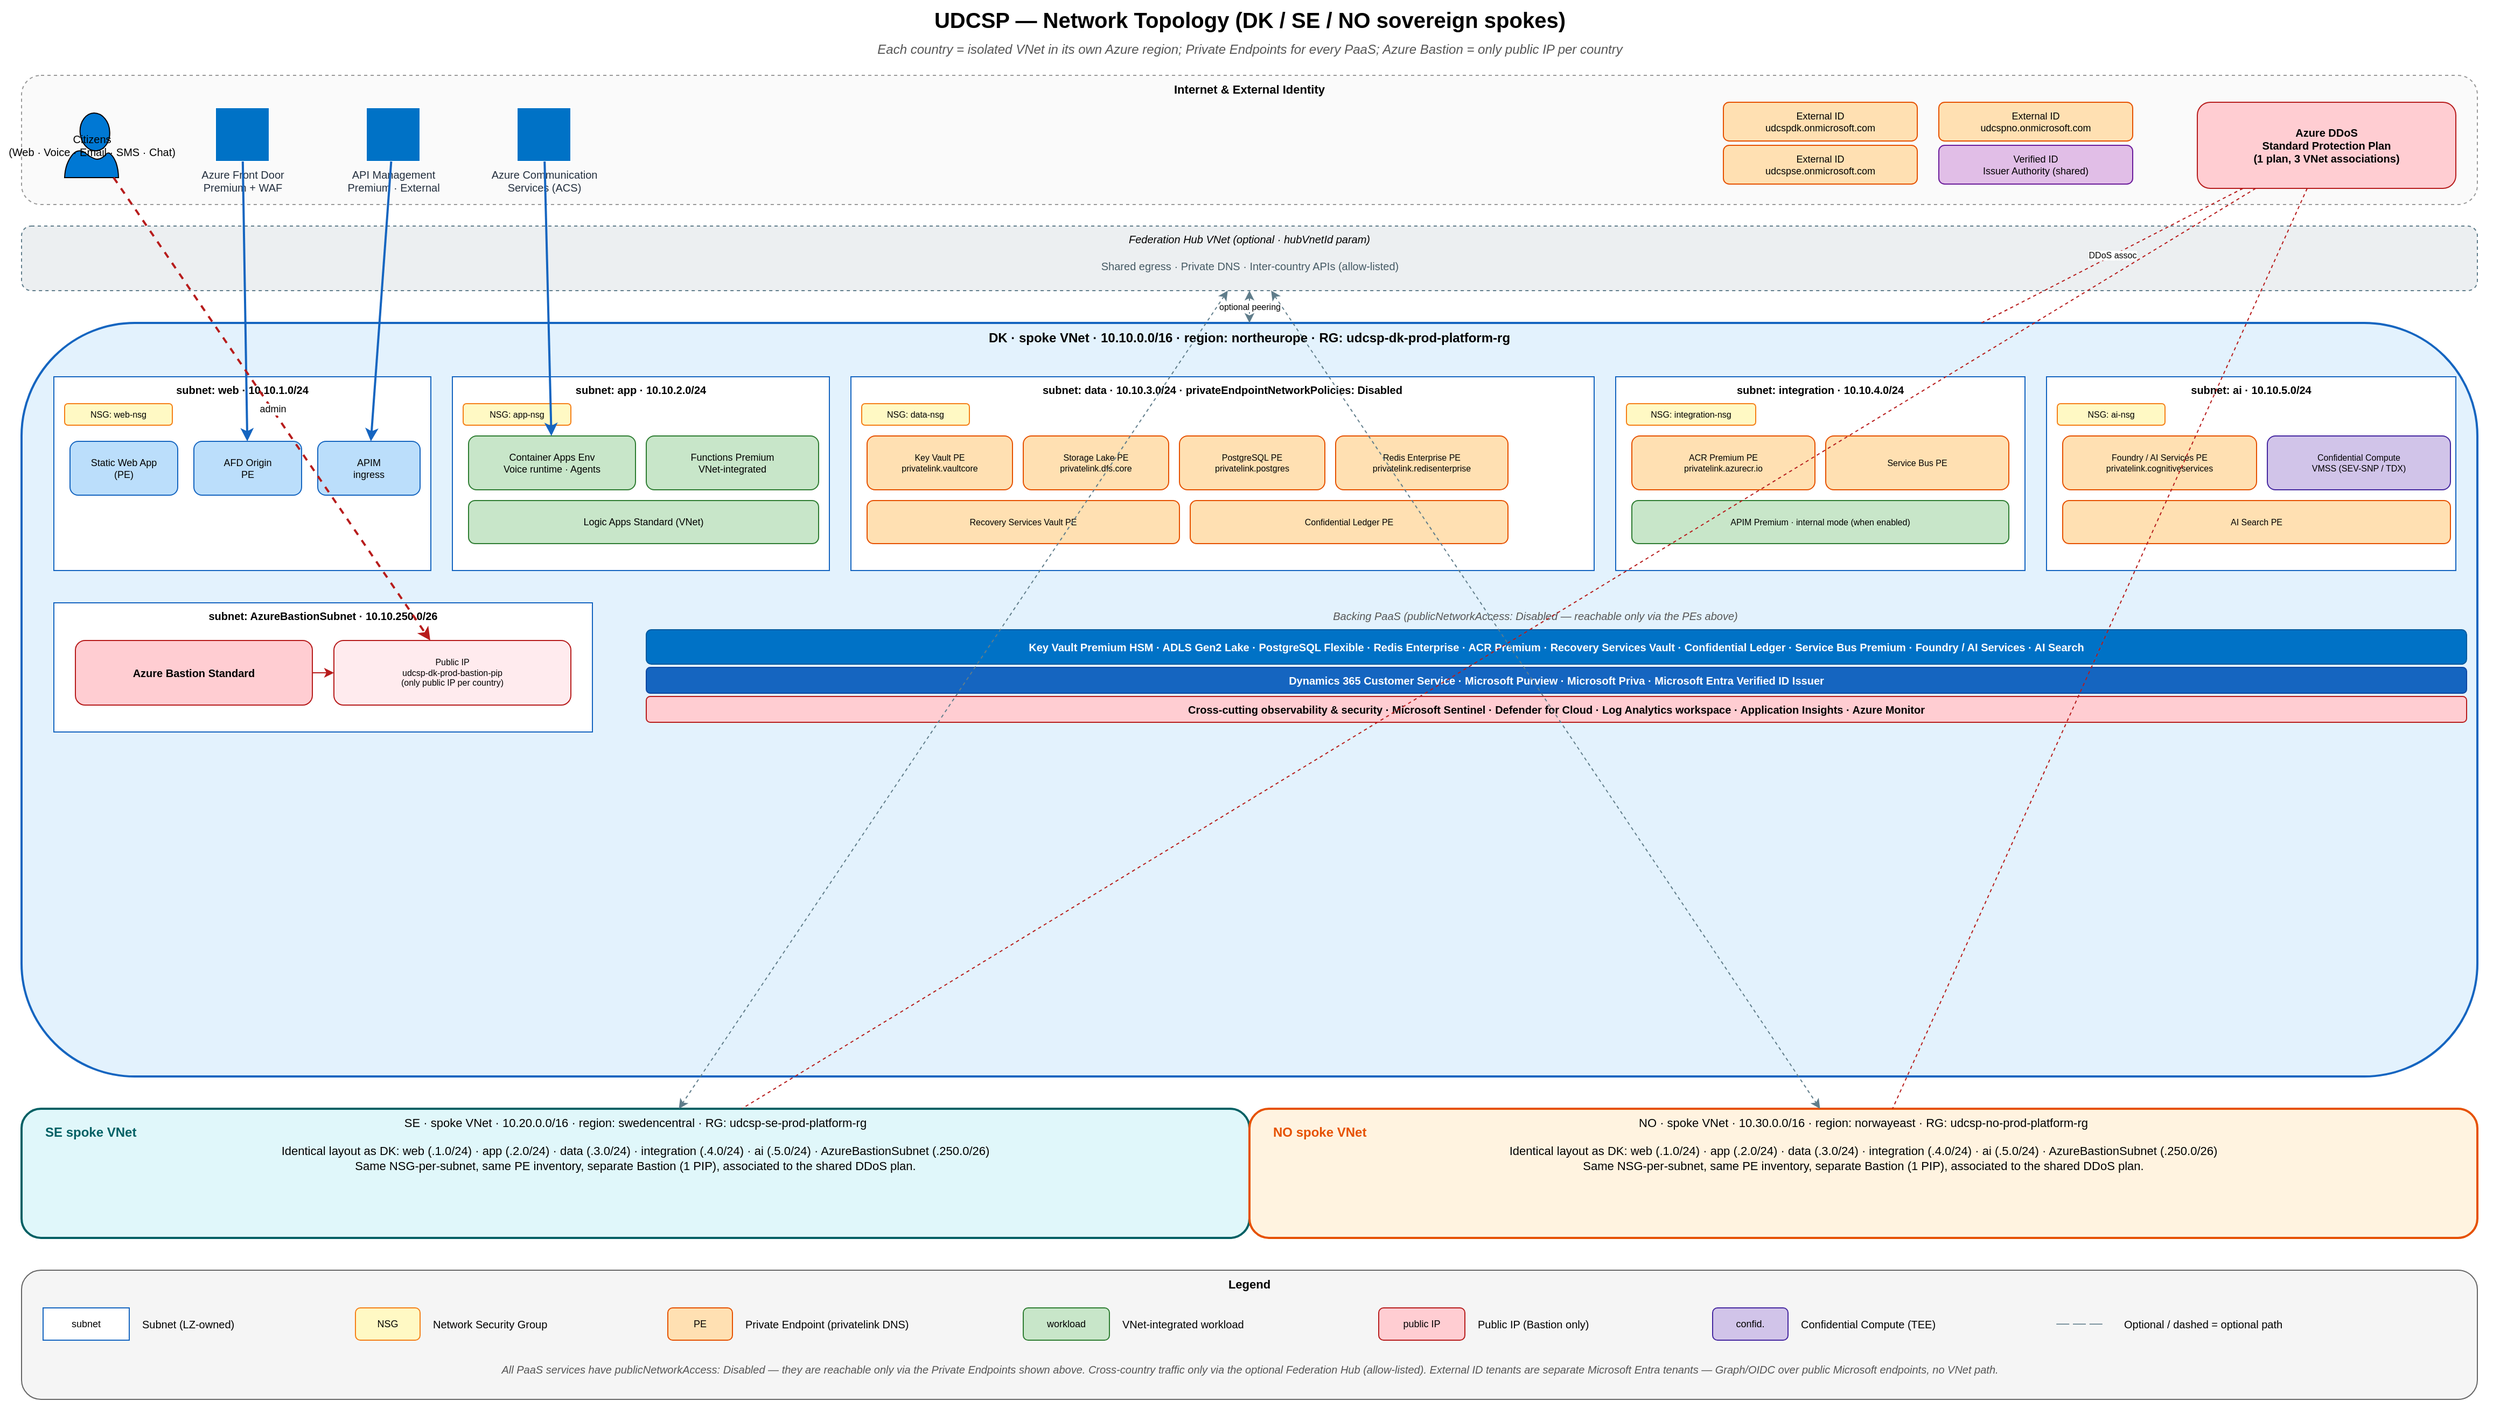
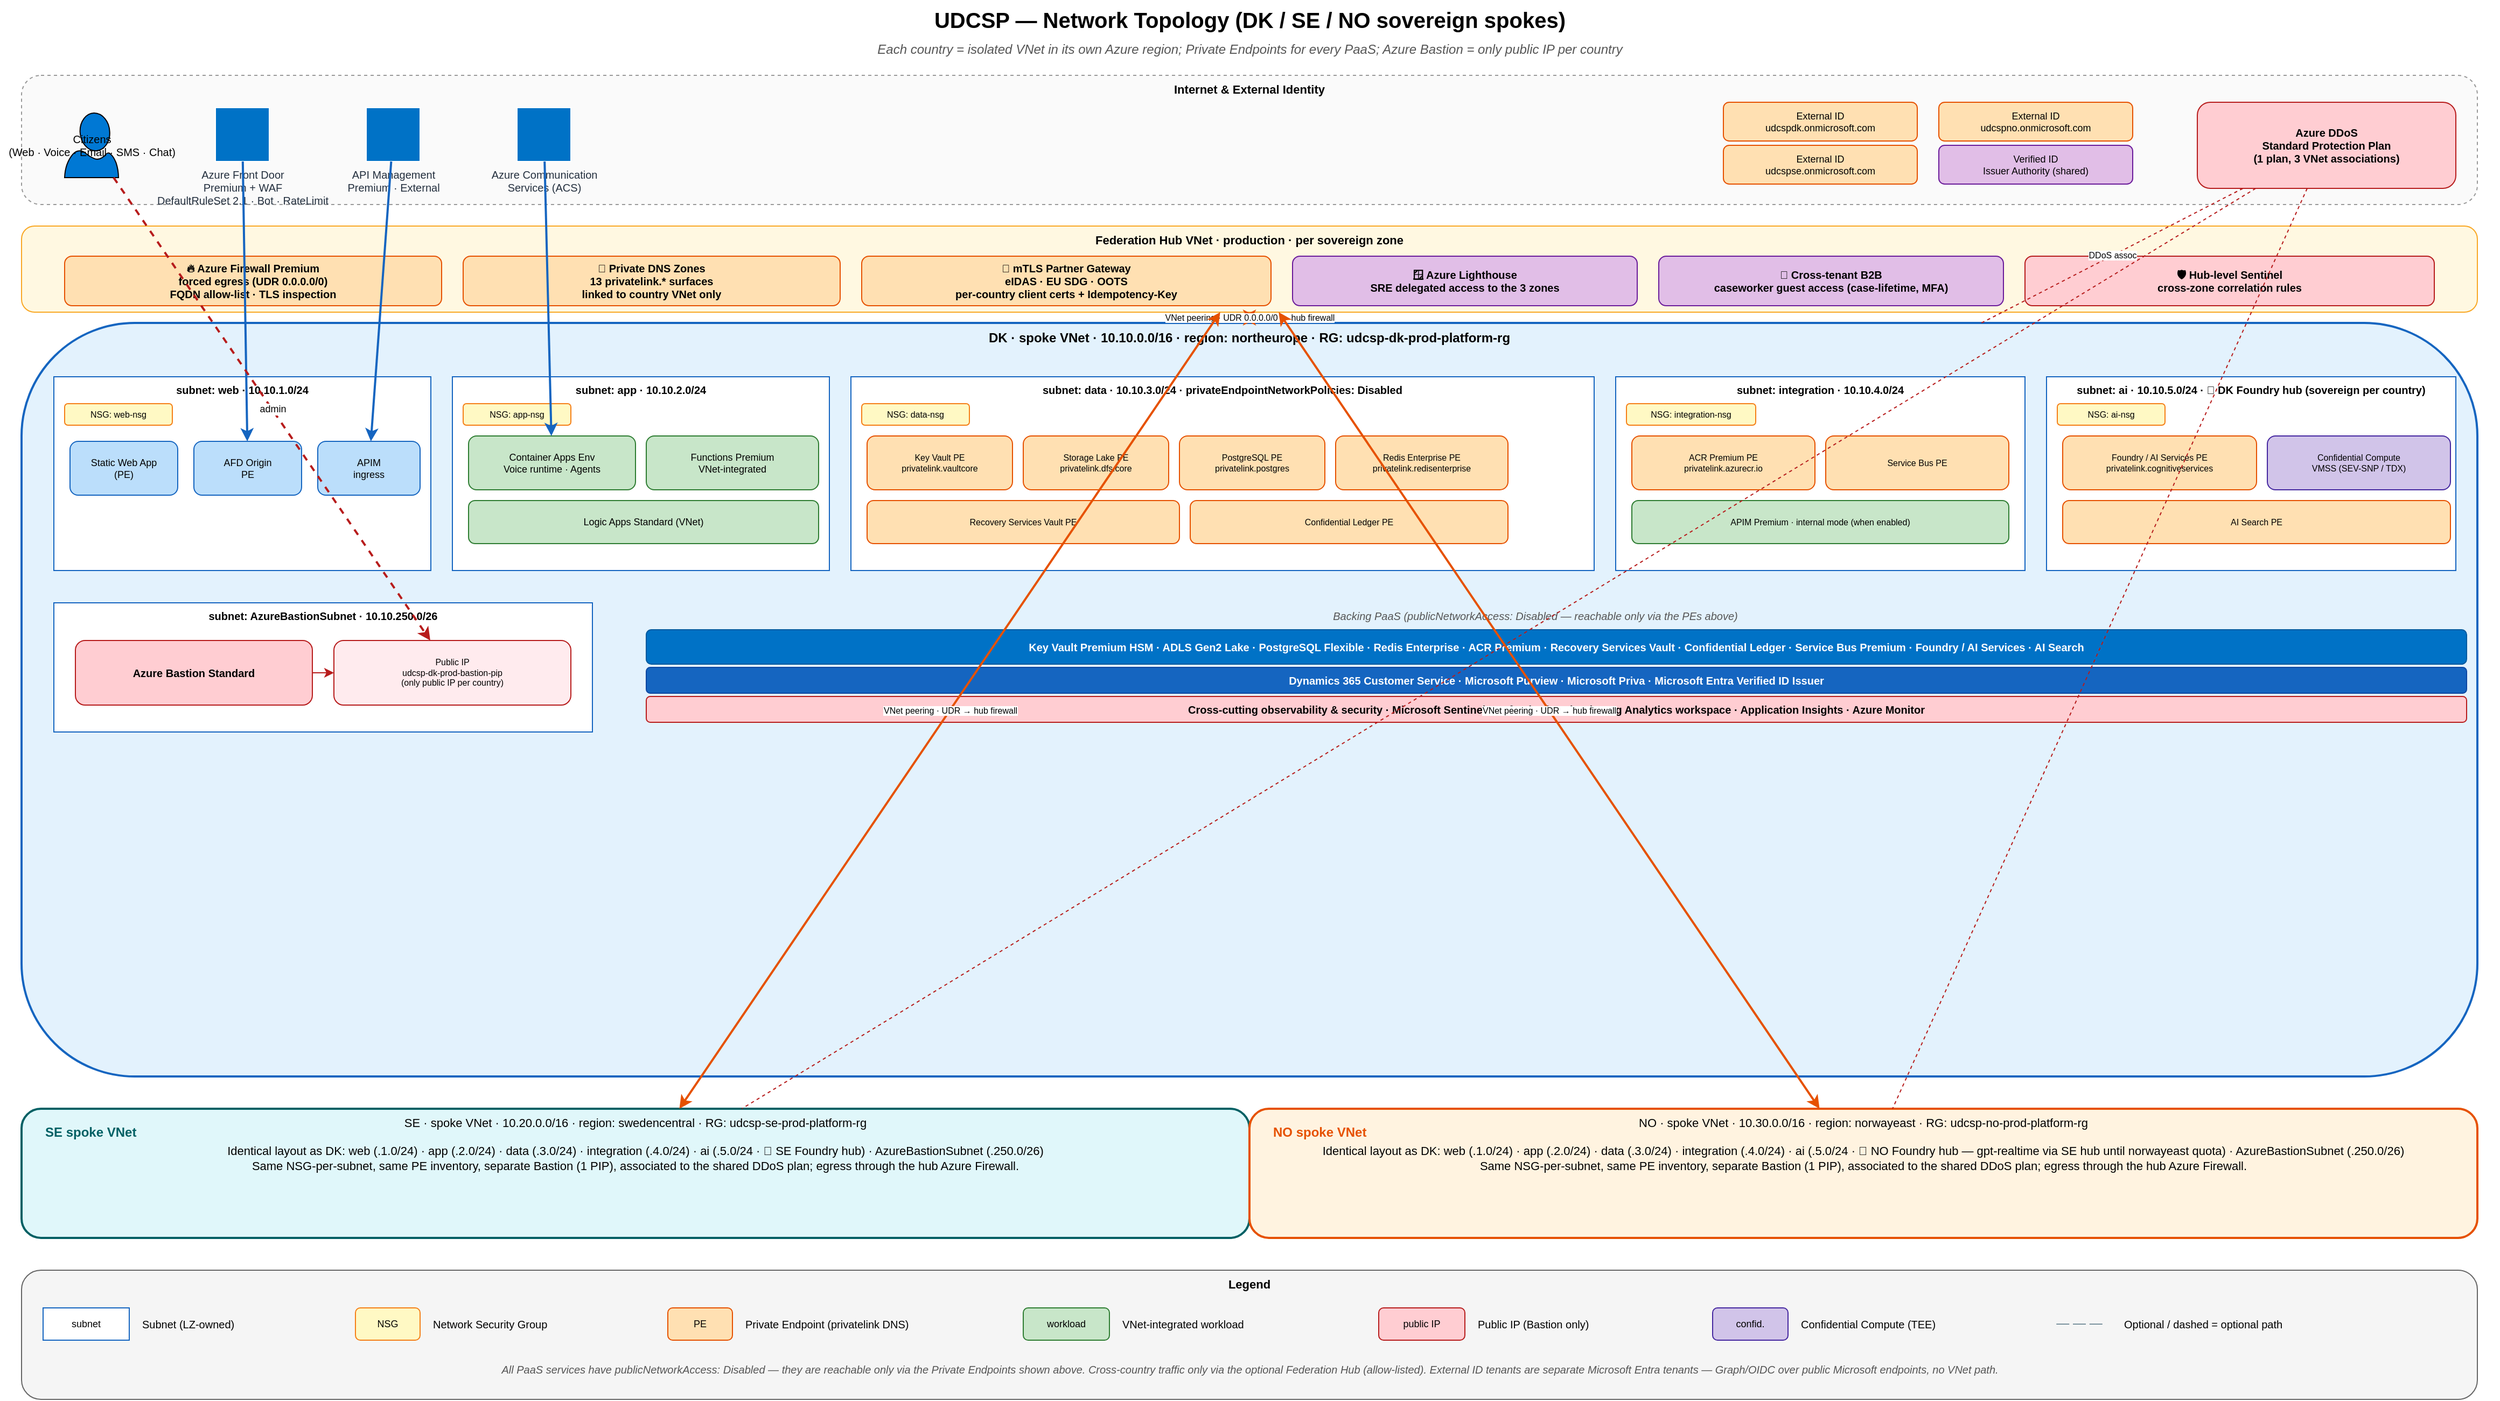
<mxfile host="app.diagrams.net" modified="2026-05-11T16:50:00.000Z" agent="udcsp" version="24.0.0">
  <diagram id="udcsp-net" name="UDCSP Network Topology">
    <mxGraphModel dx="2400" dy="1600" grid="0" gridSize="10" guides="1" tooltips="1" connect="1" arrows="1" fold="1" page="1" pageScale="1" pageWidth="2400" pageHeight="1600" math="0" shadow="0">
      <root>
        <mxCell id="0" />
        <mxCell id="1" parent="0" />

        <!-- =================== TITLE =================== -->
        <mxCell id="title" value="UDCSP — Network Topology (DK / SE / NO sovereign spokes)" style="text;html=1;align=center;fontSize=20;fontStyle=1;fillColor=none;" vertex="1" parent="1">
          <mxGeometry x="40" y="20" width="2320" height="32" as="geometry" />
        </mxCell>
        <mxCell id="subtitle" value="Each country = isolated VNet in its own Azure region; Private Endpoints for every PaaS; Azure Bastion = only public IP per country" style="text;html=1;align=center;fontSize=12;fontStyle=2;fontColor=#555555;fillColor=none;" vertex="1" parent="1">
          <mxGeometry x="40" y="52" width="2320" height="20" as="geometry" />
        </mxCell>

        <!-- =================== INTERNET / EXTERNAL =================== -->
        <mxCell id="extZone" value="Internet &amp; External Identity" style="rounded=1;whiteSpace=wrap;html=1;fillColor=#fafafa;strokeColor=#999999;dashed=1;fontStyle=1;verticalAlign=top;fontSize=11;" vertex="1" parent="1">
          <mxGeometry x="60" y="90" width="2280" height="120" as="geometry" />
        </mxCell>

        <mxCell id="citizen" value="Citizens&#10;(Web · Voice · Email · SMS · Chat)" style="shape=mxgraph.azure.user;html=1;fillColor=#0078D4;fontSize=10;" vertex="1" parent="1">
          <mxGeometry x="100" y="125" width="50" height="60" as="geometry" />
        </mxCell>

-         <mxCell id="afd" value="Azure Front Door&#10;Premium + WAF" style="sketch=0;outlineConnect=0;fontColor=#232F3E;gradientColor=none;fillColor=#0072C6;strokeColor=#ffffff;dashed=0;verticalLabelPosition=bottom;verticalAlign=top;align=center;html=1;fontSize=10;fontStyle=0;shape=mxgraph.azure.front_door;" vertex="1" parent="1">
+         <mxCell id="afd" value="Azure Front Door&#10;Premium + WAF&#10;DefaultRuleSet 2.1 · Bot · RateLimit" style="sketch=0;outlineConnect=0;fontColor=#232F3E;gradientColor=none;fillColor=#0072C6;strokeColor=#ffffff;dashed=0;verticalLabelPosition=bottom;verticalAlign=top;align=center;html=1;fontSize=10;fontStyle=0;shape=mxgraph.azure.front_door;" vertex="1" parent="1">
          <mxGeometry x="240" y="120" width="50" height="50" as="geometry" />
        </mxCell>

        <mxCell id="apim" value="API Management&#10;Premium · External" style="sketch=0;outlineConnect=0;fontColor=#232F3E;gradientColor=none;fillColor=#0072C6;strokeColor=#ffffff;dashed=0;verticalLabelPosition=bottom;verticalAlign=top;align=center;html=1;fontSize=10;fontStyle=0;shape=mxgraph.azure.api_management_services;" vertex="1" parent="1">
          <mxGeometry x="380" y="120" width="50" height="50" as="geometry" />
        </mxCell>

        <mxCell id="acs" value="Azure Communication&#10;Services (ACS)" style="sketch=0;outlineConnect=0;fontColor=#232F3E;gradientColor=none;fillColor=#0072C6;strokeColor=#ffffff;dashed=0;verticalLabelPosition=bottom;verticalAlign=top;align=center;html=1;fontSize=10;fontStyle=0;shape=mxgraph.azure.bastion;" vertex="1" parent="1">
          <mxGeometry x="520" y="120" width="50" height="50" as="geometry" />
        </mxCell>

        <mxCell id="ext-dk" value="External ID&#10;udcspdk.onmicrosoft.com" style="rounded=1;whiteSpace=wrap;html=1;fillColor=#FFE0B2;strokeColor=#E65100;fontSize=9;" vertex="1" parent="1">
          <mxGeometry x="1640" y="115" width="180" height="36" as="geometry" />
        </mxCell>
        <mxCell id="ext-se" value="External ID&#10;udcspse.onmicrosoft.com" style="rounded=1;whiteSpace=wrap;html=1;fillColor=#FFE0B2;strokeColor=#E65100;fontSize=9;" vertex="1" parent="1">
          <mxGeometry x="1640" y="155" width="180" height="36" as="geometry" />
        </mxCell>
        <mxCell id="ext-no" value="External ID&#10;udcspno.onmicrosoft.com" style="rounded=1;whiteSpace=wrap;html=1;fillColor=#FFE0B2;strokeColor=#E65100;fontSize=9;" vertex="1" parent="1">
          <mxGeometry x="1840" y="115" width="180" height="36" as="geometry" />
        </mxCell>
        <mxCell id="vid" value="Verified ID&#10;Issuer Authority (shared)" style="rounded=1;whiteSpace=wrap;html=1;fillColor=#E1BEE7;strokeColor=#6A1B9A;fontSize=9;" vertex="1" parent="1">
          <mxGeometry x="1840" y="155" width="180" height="36" as="geometry" />
        </mxCell>

        <mxCell id="ddos" value="Azure DDoS&#10;Standard Protection Plan&#10;(1 plan, 3 VNet associations)" style="rounded=1;whiteSpace=wrap;html=1;fillColor=#FFCDD2;strokeColor=#B71C1C;fontStyle=1;fontSize=10;" vertex="1" parent="1">
          <mxGeometry x="2080" y="115" width="240" height="80" as="geometry" />
        </mxCell>

-         <!-- =================== HUB (optional) =================== -->
-         <mxCell id="hubZone" value="Federation Hub VNet (optional · hubVnetId param)" style="rounded=1;whiteSpace=wrap;html=1;fillColor=#ECEFF1;strokeColor=#607D8B;dashed=1;fontStyle=2;fontSize=10;verticalAlign=top;" vertex="1" parent="1">
-           <mxGeometry x="60" y="230" width="2280" height="60" as="geometry" />
-         </mxCell>
-         <mxCell id="hubLabel" value="Shared egress · Private DNS · Inter-country APIs (allow-listed)" style="text;html=1;align=center;fontSize=10;fontColor=#455A64;fillColor=none;" vertex="1" parent="1">
-           <mxGeometry x="60" y="255" width="2280" height="30" as="geometry" />
+         <!-- =================== FEDERATION HUB (production) =================== -->
+         <mxCell id="hubZone" value="Federation Hub VNet · production · per sovereign zone" style="rounded=1;whiteSpace=wrap;html=1;fillColor=#FFF8E1;strokeColor=#F9A825;dashed=0;fontStyle=1;fontSize=11;verticalAlign=top;" vertex="1" parent="1">
+           <mxGeometry x="60" y="230" width="2280" height="80" as="geometry" />
+         </mxCell>
+         <mxCell id="hubFw" value="🔥 Azure Firewall Premium&#10;forced egress (UDR 0.0.0.0/0)&#10;FQDN allow-list · TLS inspection" style="rounded=1;whiteSpace=wrap;html=1;fillColor=#FFE0B2;strokeColor=#E65100;fontSize=10;fontStyle=1;" vertex="1" parent="1">
+           <mxGeometry x="100" y="258" width="350" height="46" as="geometry" />
+         </mxCell>
+         <mxCell id="hubDns" value="🧭 Private DNS Zones&#10;13 privatelink.* surfaces&#10;linked to country VNet only" style="rounded=1;whiteSpace=wrap;html=1;fillColor=#FFE0B2;strokeColor=#E65100;fontSize=10;fontStyle=1;" vertex="1" parent="1">
+           <mxGeometry x="470" y="258" width="350" height="46" as="geometry" />
+         </mxCell>
+         <mxCell id="hubMtls" value="🤝 mTLS Partner Gateway&#10;eIDAS · EU SDG · OOTS&#10;per-country client certs + Idempotency-Key" style="rounded=1;whiteSpace=wrap;html=1;fillColor=#FFE0B2;strokeColor=#E65100;fontSize=10;fontStyle=1;" vertex="1" parent="1">
+           <mxGeometry x="840" y="258" width="380" height="46" as="geometry" />
+         </mxCell>
+         <mxCell id="hubLighthouse" value="🪟 Azure Lighthouse&#10;SRE delegated access to the 3 zones" style="rounded=1;whiteSpace=wrap;html=1;fillColor=#E1BEE7;strokeColor=#6A1B9A;fontSize=10;fontStyle=1;" vertex="1" parent="1">
+           <mxGeometry x="1240" y="258" width="320" height="46" as="geometry" />
+         </mxCell>
+         <mxCell id="hubB2b" value="🛂 Cross-tenant B2B&#10;caseworker guest access (case-lifetime, MFA)" style="rounded=1;whiteSpace=wrap;html=1;fillColor=#E1BEE7;strokeColor=#6A1B9A;fontSize=10;fontStyle=1;" vertex="1" parent="1">
+           <mxGeometry x="1580" y="258" width="320" height="46" as="geometry" />
+         </mxCell>
+         <mxCell id="hubSentinel" value="🛡️ Hub-level Sentinel&#10;cross-zone correlation rules" style="rounded=1;whiteSpace=wrap;html=1;fillColor=#FFCDD2;strokeColor=#B71C1C;fontSize=10;fontStyle=1;" vertex="1" parent="1">
+           <mxGeometry x="1920" y="258" width="380" height="46" as="geometry" />
        </mxCell>

        <!-- =================== DK SPOKE (DETAILED) =================== -->
        <mxCell id="dkVnet" value="DK · spoke VNet · 10.10.0.0/16 · region: northeurope · RG: udcsp-dk-prod-platform-rg" style="rounded=1;whiteSpace=wrap;html=1;fillColor=#E3F2FD;strokeColor=#1565C0;strokeWidth=2;fontStyle=1;verticalAlign=top;fontSize=12;" vertex="1" parent="1">
          <mxGeometry x="60" y="320" width="2280" height="700" as="geometry" />
        </mxCell>

        <!-- web subnet -->
        <mxCell id="dkWeb" value="subnet: web · 10.10.1.0/24" style="rounded=0;whiteSpace=wrap;html=1;fillColor=#FFFFFF;strokeColor=#1565C0;fontStyle=1;fontSize=10;verticalAlign=top;" vertex="1" parent="1">
          <mxGeometry x="90" y="370" width="350" height="180" as="geometry" />
        </mxCell>
        <mxCell id="dkWebNsg" value="NSG: web-nsg" style="rounded=1;whiteSpace=wrap;html=1;fillColor=#FFF9C4;strokeColor=#F57F17;fontSize=8;" vertex="1" parent="1">
          <mxGeometry x="100" y="395" width="100" height="20" as="geometry" />
        </mxCell>
        <mxCell id="dkSwa" value="Static Web App&#10;(PE)" style="rounded=1;whiteSpace=wrap;html=1;fillColor=#BBDEFB;strokeColor=#1565C0;fontSize=9;" vertex="1" parent="1">
          <mxGeometry x="105" y="430" width="100" height="50" as="geometry" />
        </mxCell>
        <mxCell id="dkAfdOrigin" value="AFD Origin&#10;PE" style="rounded=1;whiteSpace=wrap;html=1;fillColor=#BBDEFB;strokeColor=#1565C0;fontSize=9;" vertex="1" parent="1">
          <mxGeometry x="220" y="430" width="100" height="50" as="geometry" />
        </mxCell>
        <mxCell id="dkApimPe" value="APIM&#10;ingress" style="rounded=1;whiteSpace=wrap;html=1;fillColor=#BBDEFB;strokeColor=#1565C0;fontSize=9;" vertex="1" parent="1">
          <mxGeometry x="335" y="430" width="95" height="50" as="geometry" />
        </mxCell>

        <!-- app subnet -->
        <mxCell id="dkApp" value="subnet: app · 10.10.2.0/24" style="rounded=0;whiteSpace=wrap;html=1;fillColor=#FFFFFF;strokeColor=#1565C0;fontStyle=1;fontSize=10;verticalAlign=top;" vertex="1" parent="1">
          <mxGeometry x="460" y="370" width="350" height="180" as="geometry" />
        </mxCell>
        <mxCell id="dkAppNsg" value="NSG: app-nsg" style="rounded=1;whiteSpace=wrap;html=1;fillColor=#FFF9C4;strokeColor=#F57F17;fontSize=8;" vertex="1" parent="1">
          <mxGeometry x="470" y="395" width="100" height="20" as="geometry" />
        </mxCell>
        <mxCell id="dkAca" value="Container Apps Env&#10;Voice runtime · Agents" style="rounded=1;whiteSpace=wrap;html=1;fillColor=#C8E6C9;strokeColor=#2E7D32;fontSize=9;" vertex="1" parent="1">
          <mxGeometry x="475" y="425" width="155" height="50" as="geometry" />
        </mxCell>
        <mxCell id="dkFunc" value="Functions Premium&#10;VNet-integrated" style="rounded=1;whiteSpace=wrap;html=1;fillColor=#C8E6C9;strokeColor=#2E7D32;fontSize=9;" vertex="1" parent="1">
          <mxGeometry x="640" y="425" width="160" height="50" as="geometry" />
        </mxCell>
        <mxCell id="dkLogic" value="Logic Apps Standard (VNet)" style="rounded=1;whiteSpace=wrap;html=1;fillColor=#C8E6C9;strokeColor=#2E7D32;fontSize=9;" vertex="1" parent="1">
          <mxGeometry x="475" y="485" width="325" height="40" as="geometry" />
        </mxCell>

        <!-- data subnet -->
        <mxCell id="dkData" value="subnet: data · 10.10.3.0/24 · privateEndpointNetworkPolicies: Disabled" style="rounded=0;whiteSpace=wrap;html=1;fillColor=#FFFFFF;strokeColor=#1565C0;fontStyle=1;fontSize=10;verticalAlign=top;" vertex="1" parent="1">
          <mxGeometry x="830" y="370" width="690" height="180" as="geometry" />
        </mxCell>
        <mxCell id="dkDataNsg" value="NSG: data-nsg" style="rounded=1;whiteSpace=wrap;html=1;fillColor=#FFF9C4;strokeColor=#F57F17;fontSize=8;" vertex="1" parent="1">
          <mxGeometry x="840" y="395" width="100" height="20" as="geometry" />
        </mxCell>
        <mxCell id="dkKvPe" value="Key Vault PE&#10;privatelink.vaultcore" style="rounded=1;whiteSpace=wrap;html=1;fillColor=#FFE0B2;strokeColor=#E65100;fontSize=8;" vertex="1" parent="1">
          <mxGeometry x="845" y="425" width="135" height="50" as="geometry" />
        </mxCell>
        <mxCell id="dkLakePe" value="Storage Lake PE&#10;privatelink.dfs.core" style="rounded=1;whiteSpace=wrap;html=1;fillColor=#FFE0B2;strokeColor=#E65100;fontSize=8;" vertex="1" parent="1">
          <mxGeometry x="990" y="425" width="135" height="50" as="geometry" />
        </mxCell>
        <mxCell id="dkPgPe" value="PostgreSQL PE&#10;privatelink.postgres" style="rounded=1;whiteSpace=wrap;html=1;fillColor=#FFE0B2;strokeColor=#E65100;fontSize=8;" vertex="1" parent="1">
          <mxGeometry x="1135" y="425" width="135" height="50" as="geometry" />
        </mxCell>
        <mxCell id="dkRedisPe" value="Redis Enterprise PE&#10;privatelink.redisenterprise" style="rounded=1;whiteSpace=wrap;html=1;fillColor=#FFE0B2;strokeColor=#E65100;fontSize=8;" vertex="1" parent="1">
          <mxGeometry x="1280" y="425" width="160" height="50" as="geometry" />
        </mxCell>
        <mxCell id="dkRsvPe" value="Recovery Services Vault PE" style="rounded=1;whiteSpace=wrap;html=1;fillColor=#FFE0B2;strokeColor=#E65100;fontSize=8;" vertex="1" parent="1">
          <mxGeometry x="845" y="485" width="290" height="40" as="geometry" />
        </mxCell>
        <mxCell id="dkLedgerPe" value="Confidential Ledger PE" style="rounded=1;whiteSpace=wrap;html=1;fillColor=#FFE0B2;strokeColor=#E65100;fontSize=8;" vertex="1" parent="1">
          <mxGeometry x="1145" y="485" width="295" height="40" as="geometry" />
        </mxCell>

        <!-- integration subnet -->
        <mxCell id="dkInt" value="subnet: integration · 10.10.4.0/24" style="rounded=0;whiteSpace=wrap;html=1;fillColor=#FFFFFF;strokeColor=#1565C0;fontStyle=1;fontSize=10;verticalAlign=top;" vertex="1" parent="1">
          <mxGeometry x="1540" y="370" width="380" height="180" as="geometry" />
        </mxCell>
        <mxCell id="dkIntNsg" value="NSG: integration-nsg" style="rounded=1;whiteSpace=wrap;html=1;fillColor=#FFF9C4;strokeColor=#F57F17;fontSize=8;" vertex="1" parent="1">
          <mxGeometry x="1550" y="395" width="120" height="20" as="geometry" />
        </mxCell>
        <mxCell id="dkAcrPe" value="ACR Premium PE&#10;privatelink.azurecr.io" style="rounded=1;whiteSpace=wrap;html=1;fillColor=#FFE0B2;strokeColor=#E65100;fontSize=8;" vertex="1" parent="1">
          <mxGeometry x="1555" y="425" width="170" height="50" as="geometry" />
        </mxCell>
        <mxCell id="dkSbPe" value="Service Bus PE" style="rounded=1;whiteSpace=wrap;html=1;fillColor=#FFE0B2;strokeColor=#E65100;fontSize=8;" vertex="1" parent="1">
          <mxGeometry x="1735" y="425" width="170" height="50" as="geometry" />
        </mxCell>
        <mxCell id="dkApimInt" value="APIM Premium · internal mode (when enabled)" style="rounded=1;whiteSpace=wrap;html=1;fillColor=#C8E6C9;strokeColor=#2E7D32;fontSize=8;" vertex="1" parent="1">
          <mxGeometry x="1555" y="485" width="350" height="40" as="geometry" />
        </mxCell>

        <!-- ai subnet -->
-         <mxCell id="dkAi" value="subnet: ai · 10.10.5.0/24" style="rounded=0;whiteSpace=wrap;html=1;fillColor=#FFFFFF;strokeColor=#1565C0;fontStyle=1;fontSize=10;verticalAlign=top;" vertex="1" parent="1">
+         <mxCell id="dkAi" value="subnet: ai · 10.10.5.0/24 · 🧠 DK Foundry hub (sovereign per country)" style="rounded=0;whiteSpace=wrap;html=1;fillColor=#FFFFFF;strokeColor=#1565C0;fontStyle=1;fontSize=10;verticalAlign=top;" vertex="1" parent="1">
          <mxGeometry x="1940" y="370" width="380" height="180" as="geometry" />
        </mxCell>
        <mxCell id="dkAiNsg" value="NSG: ai-nsg" style="rounded=1;whiteSpace=wrap;html=1;fillColor=#FFF9C4;strokeColor=#F57F17;fontSize=8;" vertex="1" parent="1">
          <mxGeometry x="1950" y="395" width="100" height="20" as="geometry" />
        </mxCell>
        <mxCell id="dkFoundryPe" value="Foundry / AI Services PE&#10;privatelink.cognitiveservices" style="rounded=1;whiteSpace=wrap;html=1;fillColor=#FFE0B2;strokeColor=#E65100;fontSize=8;" vertex="1" parent="1">
          <mxGeometry x="1955" y="425" width="180" height="50" as="geometry" />
        </mxCell>
        <mxCell id="dkCc" value="Confidential Compute&#10;VMSS (SEV-SNP / TDX)" style="rounded=1;whiteSpace=wrap;html=1;fillColor=#D1C4E9;strokeColor=#4527A0;fontSize=8;" vertex="1" parent="1">
          <mxGeometry x="2145" y="425" width="170" height="50" as="geometry" />
        </mxCell>
        <mxCell id="dkSearchPe" value="AI Search PE" style="rounded=1;whiteSpace=wrap;html=1;fillColor=#FFE0B2;strokeColor=#E65100;fontSize=8;" vertex="1" parent="1">
          <mxGeometry x="1955" y="485" width="360" height="40" as="geometry" />
        </mxCell>

        <!-- AzureBastionSubnet -->
        <mxCell id="dkBs" value="subnet: AzureBastionSubnet · 10.10.250.0/26" style="rounded=0;whiteSpace=wrap;html=1;fillColor=#FFFFFF;strokeColor=#1565C0;fontStyle=1;fontSize=10;verticalAlign=top;" vertex="1" parent="1">
          <mxGeometry x="90" y="580" width="500" height="120" as="geometry" />
        </mxCell>
        <mxCell id="dkBsHost" value="Azure Bastion Standard" style="rounded=1;whiteSpace=wrap;html=1;fillColor=#FFCDD2;strokeColor=#B71C1C;fontSize=10;fontStyle=1;" vertex="1" parent="1">
          <mxGeometry x="110" y="615" width="220" height="60" as="geometry" />
        </mxCell>
        <mxCell id="dkBsPip" value="Public IP&#10;udcsp-dk-prod-bastion-pip&#10;(only public IP per country)" style="rounded=1;whiteSpace=wrap;html=1;fillColor=#FFEBEE;strokeColor=#B71C1C;fontSize=8;" vertex="1" parent="1">
          <mxGeometry x="350" y="615" width="220" height="60" as="geometry" />
        </mxCell>
        <mxCell id="dkBsArrow" style="endArrow=classic;html=1;rounded=0;exitX=1;exitY=0.5;entryX=0;entryY=0.5;strokeColor=#B71C1C;" edge="1" parent="1" source="dkBsHost" target="dkBsPip">
          <mxGeometry relative="1" as="geometry" />
        </mxCell>

        <!-- Backing PaaS service callout — single legible band -->
        <mxCell id="dkBackingTitle" value="Backing PaaS (publicNetworkAccess: Disabled — reachable only via the PEs above)" style="text;html=1;align=center;fontSize=10;fontStyle=2;fontColor=#555555;fillColor=none;" vertex="1" parent="1">
          <mxGeometry x="610" y="580" width="1710" height="20" as="geometry" />
        </mxCell>
        <mxCell id="dkBackingBand" value="Key Vault Premium HSM   ·   ADLS Gen2 Lake   ·   PostgreSQL Flexible   ·   Redis Enterprise   ·   ACR Premium   ·   Recovery Services Vault   ·   Confidential Ledger   ·   Service Bus Premium   ·   Foundry / AI Services   ·   AI Search" style="rounded=1;whiteSpace=wrap;html=1;fillColor=#0072C6;fontColor=#FFFFFF;strokeColor=#005A9E;fontSize=10;fontStyle=1;" vertex="1" parent="1">
          <mxGeometry x="640" y="605" width="1690" height="32" as="geometry" />
        </mxCell>
        <mxCell id="dkSaaSBand" value="Dynamics 365 Customer Service   ·   Microsoft Purview   ·   Microsoft Priva   ·   Microsoft Entra Verified ID Issuer" style="rounded=1;whiteSpace=wrap;html=1;fillColor=#1565C0;fontColor=#FFFFFF;strokeColor=#0D47A1;fontSize=10;fontStyle=1;" vertex="1" parent="1">
          <mxGeometry x="640" y="640" width="1690" height="24" as="geometry" />
        </mxCell>
        <mxCell id="dkSentinel" value="Cross-cutting observability &amp; security · Microsoft Sentinel · Defender for Cloud · Log Analytics workspace · Application Insights · Azure Monitor" style="rounded=1;whiteSpace=wrap;html=1;fillColor=#FFCDD2;strokeColor=#B71C1C;fontSize=10;fontStyle=1;" vertex="1" parent="1">
          <mxGeometry x="640" y="667" width="1690" height="24" as="geometry" />
        </mxCell>

        <!-- Ingress arrows -->
        <mxCell id="afdToWeb" style="endArrow=classic;html=1;rounded=0;strokeColor=#1565C0;strokeWidth=2;" edge="1" parent="1" source="afd" target="dkAfdOrigin">
          <mxGeometry relative="1" as="geometry" />
        </mxCell>
        <mxCell id="apimToWeb" style="endArrow=classic;html=1;rounded=0;strokeColor=#1565C0;strokeWidth=2;" edge="1" parent="1" source="apim" target="dkApimPe">
          <mxGeometry relative="1" as="geometry" />
        </mxCell>
        <mxCell id="acsToApp" style="endArrow=classic;html=1;rounded=0;strokeColor=#1565C0;strokeWidth=2;" edge="1" parent="1" source="acs" target="dkAca">
          <mxGeometry relative="1" as="geometry" />
        </mxCell>
        <mxCell id="citToBs" value="admin" style="endArrow=classic;html=1;rounded=0;strokeColor=#B71C1C;strokeWidth=2;dashed=1;fontSize=9;" edge="1" parent="1" source="citizen" target="dkBsPip">
          <mxGeometry relative="1" as="geometry" />
        </mxCell>

        <!-- DDoS association -->
        <mxCell id="ddosToDk" value="DDoS assoc" style="endArrow=none;html=1;rounded=0;strokeColor=#B71C1C;dashed=1;fontSize=8;" edge="1" parent="1" source="ddos" target="dkVnet">
          <mxGeometry relative="1" as="geometry" />
        </mxCell>

        <!-- =================== SE / NO COMPACT LANES =================== -->
-         <mxCell id="seVnet" value="SE · spoke VNet · 10.20.0.0/16 · region: swedencentral · RG: udcsp-se-prod-platform-rg&#10;&#10;Identical layout as DK: web (.1.0/24) · app (.2.0/24) · data (.3.0/24) · integration (.4.0/24) · ai (.5.0/24) · AzureBastionSubnet (.250.0/26)&#10;Same NSG-per-subnet, same PE inventory, separate Bastion (1 PIP), associated to the shared DDoS plan." style="rounded=1;whiteSpace=wrap;html=1;fillColor=#E0F7FA;strokeColor=#006064;strokeWidth=2;fontStyle=0;fontSize=11;verticalAlign=top;" vertex="1" parent="1">
+         <mxCell id="seVnet" value="SE · spoke VNet · 10.20.0.0/16 · region: swedencentral · RG: udcsp-se-prod-platform-rg&#10;&#10;Identical layout as DK: web (.1.0/24) · app (.2.0/24) · data (.3.0/24) · integration (.4.0/24) · ai (.5.0/24 · 🧠 SE Foundry hub) · AzureBastionSubnet (.250.0/26)&#10;Same NSG-per-subnet, same PE inventory, separate Bastion (1 PIP), associated to the shared DDoS plan; egress through the hub Azure Firewall." style="rounded=1;whiteSpace=wrap;html=1;fillColor=#E0F7FA;strokeColor=#006064;strokeWidth=2;fontStyle=0;fontSize=11;verticalAlign=top;" vertex="1" parent="1">
          <mxGeometry x="60" y="1050" width="1140" height="120" as="geometry" />
        </mxCell>
        <mxCell id="seVnetTitle" value="SE spoke VNet" style="text;html=1;align=left;fontSize=12;fontStyle=1;fontColor=#006064;fillColor=none;" vertex="1" parent="1">
          <mxGeometry x="80" y="1058" width="200" height="20" as="geometry" />
        </mxCell>

-         <mxCell id="noVnet" value="NO · spoke VNet · 10.30.0.0/16 · region: norwayeast · RG: udcsp-no-prod-platform-rg&#10;&#10;Identical layout as DK: web (.1.0/24) · app (.2.0/24) · data (.3.0/24) · integration (.4.0/24) · ai (.5.0/24) · AzureBastionSubnet (.250.0/26)&#10;Same NSG-per-subnet, same PE inventory, separate Bastion (1 PIP), associated to the shared DDoS plan." style="rounded=1;whiteSpace=wrap;html=1;fillColor=#FFF3E0;strokeColor=#E65100;strokeWidth=2;fontStyle=0;fontSize=11;verticalAlign=top;" vertex="1" parent="1">
+         <mxCell id="noVnet" value="NO · spoke VNet · 10.30.0.0/16 · region: norwayeast · RG: udcsp-no-prod-platform-rg&#10;&#10;Identical layout as DK: web (.1.0/24) · app (.2.0/24) · data (.3.0/24) · integration (.4.0/24) · ai (.5.0/24 · 🧠 NO Foundry hub — gpt-realtime via SE hub until norwayeast quota) · AzureBastionSubnet (.250.0/26)&#10;Same NSG-per-subnet, same PE inventory, separate Bastion (1 PIP), associated to the shared DDoS plan; egress through the hub Azure Firewall." style="rounded=1;whiteSpace=wrap;html=1;fillColor=#FFF3E0;strokeColor=#E65100;strokeWidth=2;fontStyle=0;fontSize=11;verticalAlign=top;" vertex="1" parent="1">
          <mxGeometry x="1200" y="1050" width="1140" height="120" as="geometry" />
        </mxCell>
        <mxCell id="noVnetTitle" value="NO spoke VNet" style="text;html=1;align=left;fontSize=12;fontStyle=1;fontColor=#E65100;fillColor=none;" vertex="1" parent="1">
          <mxGeometry x="1220" y="1058" width="200" height="20" as="geometry" />
        </mxCell>

        <!-- DDoS to SE/NO -->
        <mxCell id="ddosToSe" style="endArrow=none;html=1;rounded=0;strokeColor=#B71C1C;dashed=1;" edge="1" parent="1" source="ddos" target="seVnet">
          <mxGeometry relative="1" as="geometry" />
        </mxCell>
        <mxCell id="ddosToNo" style="endArrow=none;html=1;rounded=0;strokeColor=#B71C1C;dashed=1;" edge="1" parent="1" source="ddos" target="noVnet">
          <mxGeometry relative="1" as="geometry" />
        </mxCell>

-         <!-- Hub peering arrows -->
-         <mxCell id="hubToDk" value="optional peering" style="endArrow=classic;startArrow=classic;html=1;rounded=0;strokeColor=#607D8B;dashed=1;fontSize=8;" edge="1" parent="1" source="hubZone" target="dkVnet">
-           <mxGeometry relative="1" as="geometry" />
-         </mxCell>
-         <mxCell id="hubToSe" style="endArrow=classic;startArrow=classic;html=1;rounded=0;strokeColor=#607D8B;dashed=1;" edge="1" parent="1" source="hubZone" target="seVnet">
-           <mxGeometry relative="1" as="geometry" />
-         </mxCell>
-         <mxCell id="hubToNo" style="endArrow=classic;startArrow=classic;html=1;rounded=0;strokeColor=#607D8B;dashed=1;" edge="1" parent="1" source="hubZone" target="noVnet">
+         <!-- Hub peering arrows (production: always-on, UDR-forced egress) -->
+         <mxCell id="hubToDk" value="VNet peering · UDR 0.0.0.0/0 → hub firewall" style="endArrow=classic;startArrow=classic;html=1;rounded=0;strokeColor=#E65100;strokeWidth=2;fontSize=8;" edge="1" parent="1" source="hubZone" target="dkVnet">
+           <mxGeometry relative="1" as="geometry" />
+         </mxCell>
+         <mxCell id="hubToSe" value="VNet peering · UDR → hub firewall" style="endArrow=classic;startArrow=classic;html=1;rounded=0;strokeColor=#E65100;strokeWidth=2;fontSize=8;" edge="1" parent="1" source="hubZone" target="seVnet">
+           <mxGeometry relative="1" as="geometry" />
+         </mxCell>
+         <mxCell id="hubToNo" value="VNet peering · UDR → hub firewall" style="endArrow=classic;startArrow=classic;html=1;rounded=0;strokeColor=#E65100;strokeWidth=2;fontSize=8;" edge="1" parent="1" source="hubZone" target="noVnet">
          <mxGeometry relative="1" as="geometry" />
        </mxCell>

        <!-- =================== LEGEND =================== -->
        <mxCell id="legend" value="Legend" style="rounded=1;whiteSpace=wrap;html=1;fillColor=#F5F5F5;strokeColor=#666666;fontStyle=1;fontSize=11;verticalAlign=top;" vertex="1" parent="1">
          <mxGeometry x="60" y="1200" width="2280" height="120" as="geometry" />
        </mxCell>

        <mxCell id="legSubnet" value="subnet" style="rounded=0;whiteSpace=wrap;html=1;fillColor=#FFFFFF;strokeColor=#1565C0;fontSize=9;" vertex="1" parent="1">
          <mxGeometry x="80" y="1235" width="80" height="30" as="geometry" />
        </mxCell>
        <mxCell id="legSubnetLbl" value="Subnet (LZ-owned)" style="text;html=1;align=left;fontSize=10;fillColor=none;" vertex="1" parent="1">
          <mxGeometry x="170" y="1238" width="180" height="24" as="geometry" />
        </mxCell>

        <mxCell id="legNsg" value="NSG" style="rounded=1;whiteSpace=wrap;html=1;fillColor=#FFF9C4;strokeColor=#F57F17;fontSize=9;" vertex="1" parent="1">
          <mxGeometry x="370" y="1235" width="60" height="30" as="geometry" />
        </mxCell>
        <mxCell id="legNsgLbl" value="Network Security Group" style="text;html=1;align=left;fontSize=10;fillColor=none;" vertex="1" parent="1">
          <mxGeometry x="440" y="1238" width="200" height="24" as="geometry" />
        </mxCell>

        <mxCell id="legPe" value="PE" style="rounded=1;whiteSpace=wrap;html=1;fillColor=#FFE0B2;strokeColor=#E65100;fontSize=9;" vertex="1" parent="1">
          <mxGeometry x="660" y="1235" width="60" height="30" as="geometry" />
        </mxCell>
        <mxCell id="legPeLbl" value="Private Endpoint (privatelink DNS)" style="text;html=1;align=left;fontSize=10;fillColor=none;" vertex="1" parent="1">
          <mxGeometry x="730" y="1238" width="240" height="24" as="geometry" />
        </mxCell>

        <mxCell id="legWl" value="workload" style="rounded=1;whiteSpace=wrap;html=1;fillColor=#C8E6C9;strokeColor=#2E7D32;fontSize=9;" vertex="1" parent="1">
          <mxGeometry x="990" y="1235" width="80" height="30" as="geometry" />
        </mxCell>
        <mxCell id="legWlLbl" value="VNet-integrated workload" style="text;html=1;align=left;fontSize=10;fillColor=none;" vertex="1" parent="1">
          <mxGeometry x="1080" y="1238" width="220" height="24" as="geometry" />
        </mxCell>

        <mxCell id="legPub" value="public IP" style="rounded=1;whiteSpace=wrap;html=1;fillColor=#FFCDD2;strokeColor=#B71C1C;fontSize=9;" vertex="1" parent="1">
          <mxGeometry x="1320" y="1235" width="80" height="30" as="geometry" />
        </mxCell>
        <mxCell id="legPubLbl" value="Public IP (Bastion only)" style="text;html=1;align=left;fontSize=10;fillColor=none;" vertex="1" parent="1">
          <mxGeometry x="1410" y="1238" width="200" height="24" as="geometry" />
        </mxCell>

        <mxCell id="legCc" value="confid." style="rounded=1;whiteSpace=wrap;html=1;fillColor=#D1C4E9;strokeColor=#4527A0;fontSize=9;" vertex="1" parent="1">
          <mxGeometry x="1630" y="1235" width="70" height="30" as="geometry" />
        </mxCell>
        <mxCell id="legCcLbl" value="Confidential Compute (TEE)" style="text;html=1;align=left;fontSize=10;fillColor=none;" vertex="1" parent="1">
          <mxGeometry x="1710" y="1238" width="220" height="24" as="geometry" />
        </mxCell>

        <mxCell id="legHub" value="— — —" style="text;html=1;align=center;fontSize=12;fontColor=#607D8B;fillColor=none;" vertex="1" parent="1">
          <mxGeometry x="1940" y="1235" width="60" height="30" as="geometry" />
        </mxCell>
        <mxCell id="legHubLbl" value="Optional / dashed = optional path" style="text;html=1;align=left;fontSize=10;fillColor=none;" vertex="1" parent="1">
          <mxGeometry x="2010" y="1238" width="280" height="24" as="geometry" />
        </mxCell>

        <mxCell id="legNote" value="All PaaS services have publicNetworkAccess: Disabled — they are reachable only via the Private Endpoints shown above. Cross-country traffic only via the optional Federation Hub (allow-listed). External ID tenants are separate Microsoft Entra tenants — Graph/OIDC over public Microsoft endpoints, no VNet path." style="text;html=1;align=center;fontSize=10;fontStyle=2;fontColor=#555555;fillColor=none;" vertex="1" parent="1">
          <mxGeometry x="80" y="1280" width="2240" height="32" as="geometry" />
        </mxCell>

      </root>
    </mxGraphModel>
  </diagram>
</mxfile>
